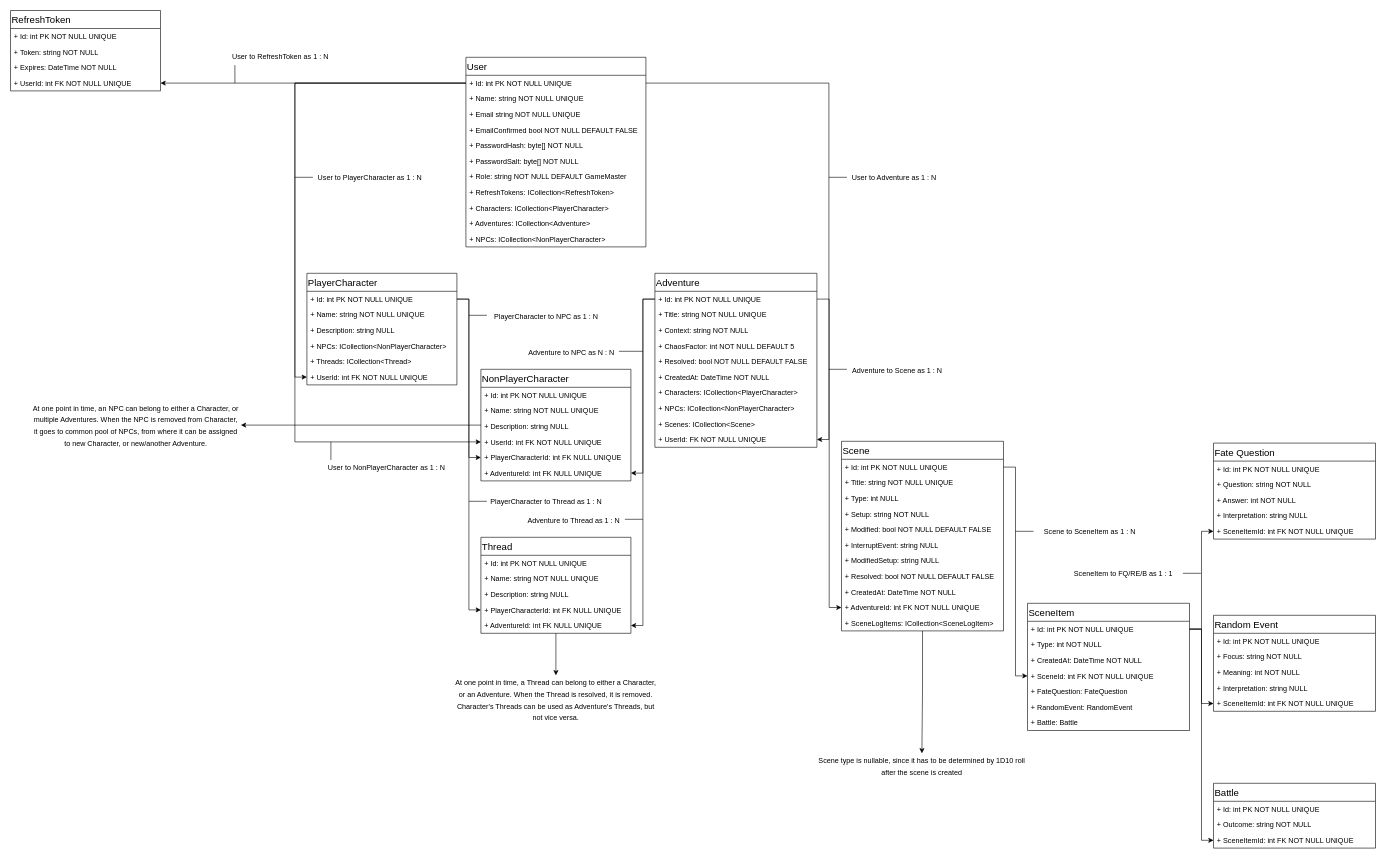
StanisKo/MGME keeps this draw.io diagram as page "Data Structure" (3 of 3) of App Flow and Data Structure.drawio. Above is the earlier version. Source tidied: cells renumbered, new cells numbered last; positions are measured from the earlier drawing's top-left corner, leaving out a move shared by most shapes. Both pictures are drawn from the tidied source at 60%, with x=0, y=0 at pixel (10, 10).
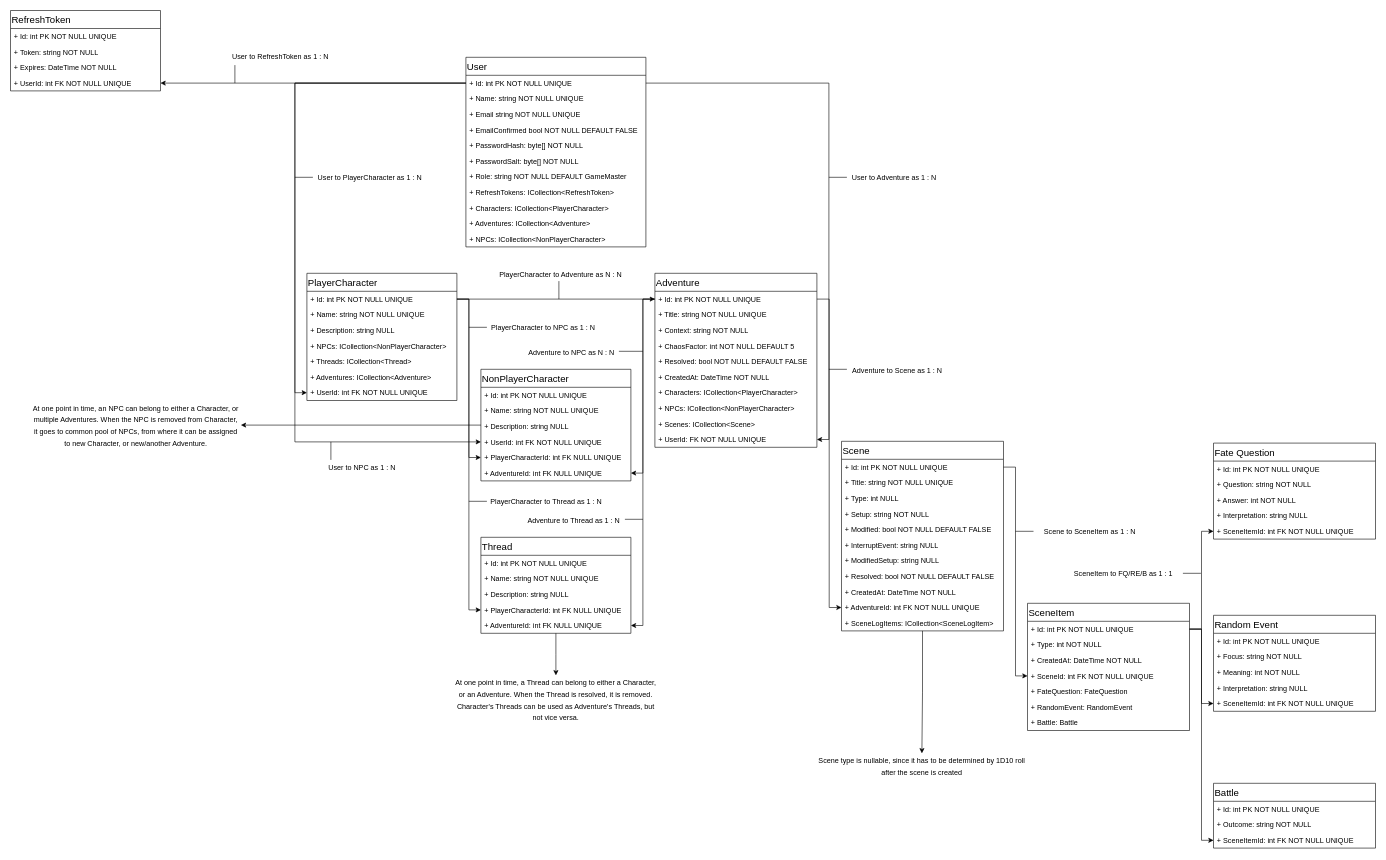
The same page after the edit.

Unchanged cells that the change refers to:
```xml
<mxCell id="3" value="+ Id: int PK NOT NULL UNIQUE" style="text;strokeColor=none;fillColor=none;align=left;verticalAlign=top;spacingLeft=4;spacingRight=4;overflow=hidden;points=[[0,0.5],[1,0.5]];portConstraint=eastwest;" parent="2" vertex="1">
  <mxGeometry y="30" width="250" height="26" as="geometry" />
</mxCell>
<mxCell id="18" value="+ Id: int PK NOT NULL UNIQUE" style="text;strokeColor=none;fillColor=none;align=left;verticalAlign=top;spacingLeft=4;spacingRight=4;overflow=hidden;points=[[0,0.5],[1,0.5]];portConstraint=eastwest;" parent="17" vertex="1">
  <mxGeometry y="30" width="270" height="26" as="geometry" />
</mxCell>
```

Diff of the diagram source:
```diff
@@
     <mxCell id="2" value="PlayerCharacter" style="swimlane;fontStyle=0;align=left;verticalAlign=top;horizontal=1;startSize=30;rounded=0;strokeColor=#000000;strokeWidth=1;fillColor=none;fontSize=16;fontColor=#000000;" parent="1" vertex="1">
-      <mxGeometry x="494" y="438" width="250" height="186" as="geometry" />
+      <mxGeometry x="494" y="438" width="250" height="212" as="geometry" />
     </mxCell>
@@
+    <mxCell id="127" value="+ Adventures: ICollection&lt;Adventure&gt;" style="text;strokeColor=none;fillColor=none;align=left;verticalAlign=top;spacingLeft=4;spacingRight=4;overflow=hidden;" parent="2" vertex="1">
+      <mxGeometry y="160" width="250" height="26" as="geometry" />
+    </mxCell>
     <mxCell id="8" value="+ UserId: int FK NOT NULL UNIQUE" style="text;strokeColor=none;fillColor=none;align=left;verticalAlign=top;spacingLeft=4;spacingRight=4;overflow=hidden;points=[[0,0.5],[1,0.5]];portConstraint=eastwest;" parent="2" vertex="1">
-      <mxGeometry y="160" width="250" height="26" as="geometry" />
+      <mxGeometry y="186" width="250" height="26" as="geometry" />
     </mxCell>
@@
     <mxCell id="44" style="endArrow=none;html=1;strokeWidth=1;fontSize=16;fontColor=#000000;" parent="1" edge="1">
       <mxGeometry relative="1" as="geometry">
-        <mxPoint x="764" y="508" as="sourcePoint" />
-        <mxPoint x="794" y="508" as="targetPoint" />
+        <mxPoint x="764" y="528" as="sourcePoint" />
+        <mxPoint x="794" y="528" as="targetPoint" />
       </mxGeometry>
     </mxCell>
     <mxCell id="45" value="&lt;font style=&quot;font-size: 12px&quot;&gt;PlayerCharacter to NPC as 1 : N&lt;/font&gt;" style="text;html=1;strokeColor=none;fillColor=none;align=center;verticalAlign=middle;whiteSpace=wrap;rounded=0;fontSize=16;fontColor=#000000;" parent="1" vertex="1">
-      <mxGeometry x="792" y="498" width="202" height="20" as="geometry" />
+      <mxGeometry x="787" y="517" width="202" height="20" as="geometry" />
     </mxCell>
@@
-    <mxCell id="126" value="&lt;span style=&quot;font-size: 12px&quot;&gt;User to NonPlayerCharacter as 1 : N&lt;/span&gt;" style="text;html=1;strokeColor=none;fillColor=none;align=center;verticalAlign=middle;whiteSpace=wrap;rounded=0;fontSize=16;fontColor=#000000;" parent="1" vertex="1">
-      <mxGeometry x="526" y="751" width="202" height="20" as="geometry" />
+    <mxCell id="126" value="&lt;span style=&quot;font-size: 12px&quot;&gt;User to NPC as 1 : N&lt;/span&gt;" style="text;html=1;strokeColor=none;fillColor=none;align=center;verticalAlign=middle;whiteSpace=wrap;rounded=0;fontSize=16;fontColor=#000000;" parent="1" vertex="1">
+      <mxGeometry x="485" y="751" width="202" height="20" as="geometry" />
     </mxCell>
+    <mxCell id="128" style="endArrow=none;html=1;strokeWidth=1;fontSize=16;fontColor=#000000;" parent="1" edge="1">
+      <mxGeometry relative="1" as="geometry">
+        <mxPoint x="914" y="481" as="sourcePoint" />
+        <mxPoint x="914" y="451" as="targetPoint" />
+      </mxGeometry>
+    </mxCell>
+    <mxCell id="129" value="&lt;font style=&quot;font-size: 12px&quot;&gt;PlayerCharacter to Adventure as N : N&lt;/font&gt;" style="text;html=1;strokeColor=none;fillColor=none;align=center;verticalAlign=middle;whiteSpace=wrap;rounded=0;fontSize=16;fontColor=#000000;" parent="1" vertex="1">
+      <mxGeometry x="807" y="428" width="220" height="20" as="geometry" />
+    </mxCell>
+    <mxCell id="130" style="edgeStyle=orthogonalEdgeStyle;rounded=0;jettySize=auto;html=1;strokeWidth=1;fontSize=16;fontColor=#000000;" parent="1" edge="1" source="3" target="18">
+      <mxGeometry relative="1" as="geometry" />
+    </mxCell>
```
